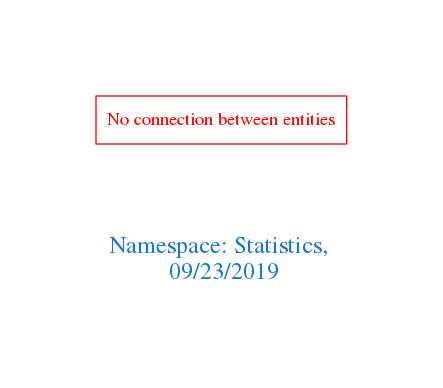
This is downloads/Statistics.png from arago/OGIT, a Graphviz export, as it was before one commit. Its source is kept beside it as downloads/Statistics.dot.
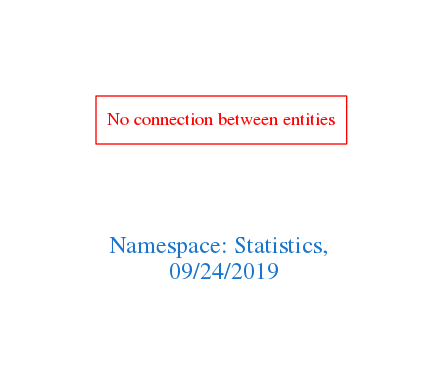
The same diagram one commit later.

Diff of the diagram source:
```diff
@@ -1,7 +1,7 @@
 digraph OGIT_ontology {
  graph [ rankdir= LR,pad=1
 fontsize = 18,
-fontcolor= dodgerblue3,label = "\n\n\nNamespace: Statistics, \n 09/23/2019"];
+fontcolor= dodgerblue3,label = "\n\n\nNamespace: Statistics, \n 09/24/2019"];
 node[shape=polygon];
 edge [  color="gray81"];
 
```
